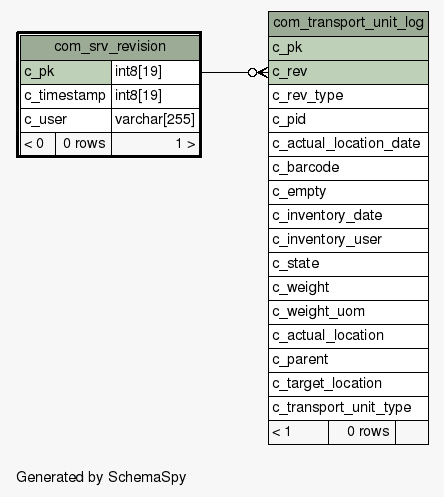
openwms/org.openwms.common.service.lib keeps this Graphviz diagram as schemaspy/diagrams/com_srv_revision.1degree.png. Above is the earlier version. Its source is kept beside it as schemaspy/diagrams/com_srv_revision.1degree.dot.
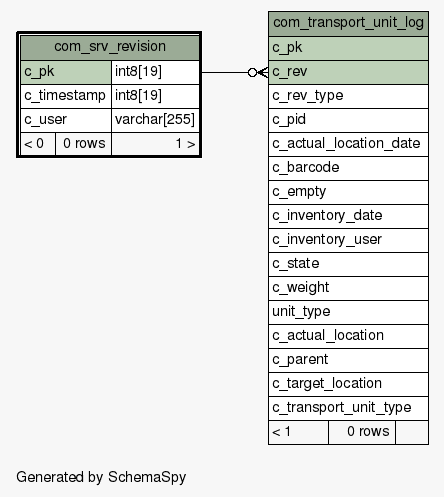
The same file after the commit.

Diff of the diagram source:
```diff
@@ -45,7 +45,7 @@
       <TR><TD PORT="c_inventory_user" COLSPAN="3" ALIGN="LEFT">c_inventory_user</TD></TR>
       <TR><TD PORT="c_state" COLSPAN="3" ALIGN="LEFT">c_state</TD></TR>
       <TR><TD PORT="c_weight" COLSPAN="3" ALIGN="LEFT">c_weight</TD></TR>
-      <TR><TD PORT="c_weight_uom" COLSPAN="3" ALIGN="LEFT">c_weight_uom</TD></TR>
+      <TR><TD PORT="unit_type" COLSPAN="3" ALIGN="LEFT">unit_type</TD></TR>
       <TR><TD PORT="c_actual_location" COLSPAN="3" ALIGN="LEFT">c_actual_location</TD></TR>
       <TR><TD PORT="c_parent" COLSPAN="3" ALIGN="LEFT">c_parent</TD></TR>
       <TR><TD PORT="c_target_location" COLSPAN="3" ALIGN="LEFT">c_target_location</TD></TR>
```
